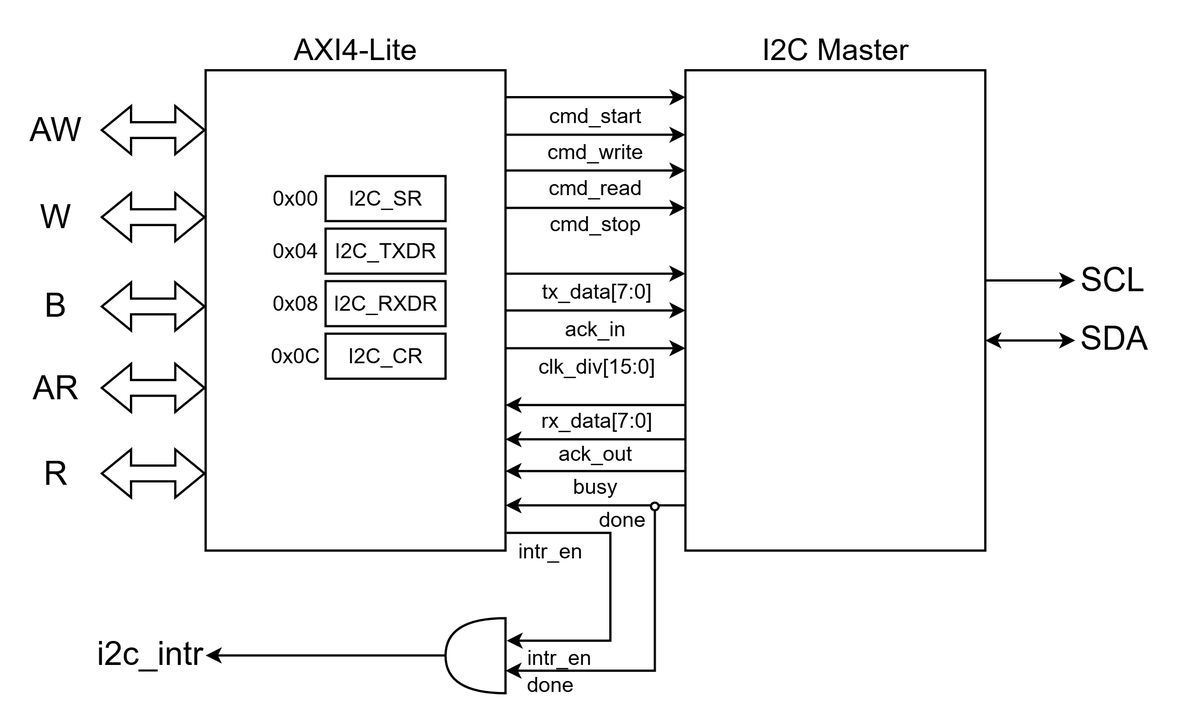
The draw.io diagram images/axi_i2c_bd.png in taeseong-dev/axi4-lite-custom-peripherals, before a commit. Source tidied: cells renumbered, new cells last; positions are measured from the earlier drawing's top-left corner, leaving out a move shared by most shapes.
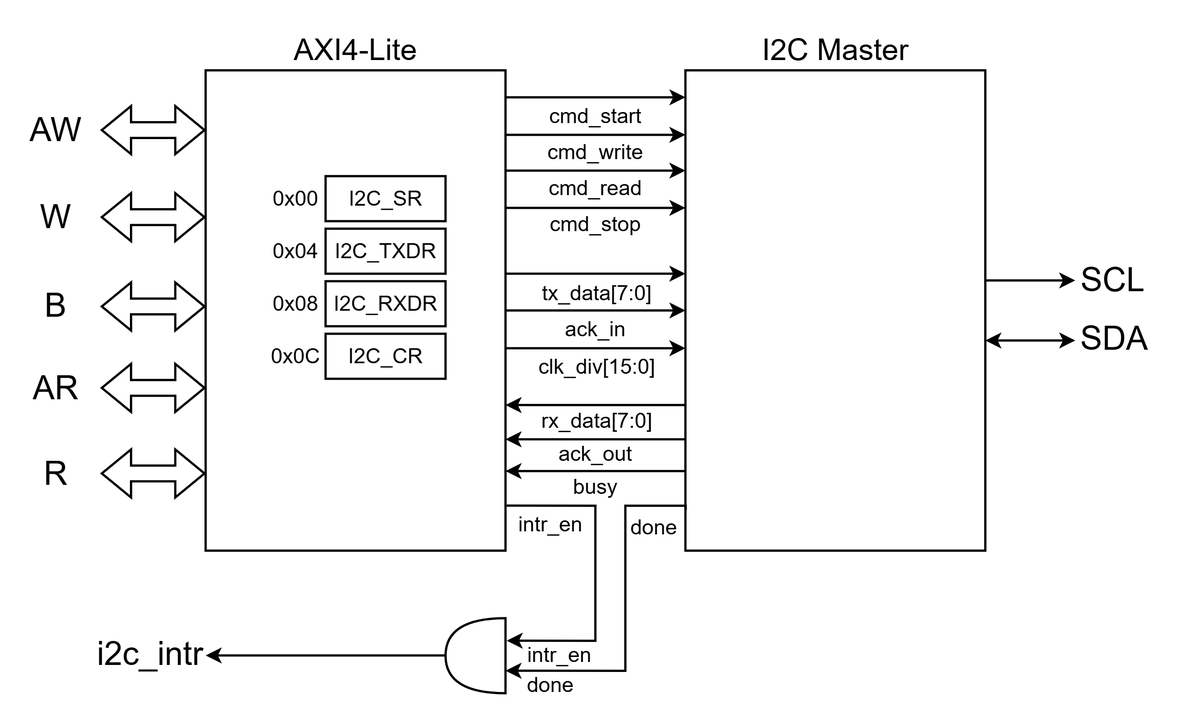
Above is the later version.

Change to the diagram source:
```diff
@@ -137,103 +137,98 @@
     <mxCell id="36" value="busy" style="text;html=1;whiteSpace=wrap;strokeColor=none;fillColor=none;align=center;verticalAlign=middle;rounded=0;strokeWidth=1.5;fontSize=14;" parent="1" vertex="1">
       <mxGeometry x="345" y="268" width="60" height="17.8" as="geometry" />
     </mxCell>
-    <mxCell id="37" style="endArrow=classic;html=1;rounded=0;strokeWidth=1.5;" parent="1" edge="1">
-      <mxGeometry relative="1" as="geometry">
-        <mxPoint x="435" y="289.8" as="sourcePoint" />
-        <mxPoint x="315" y="289.8" as="targetPoint" />
-      </mxGeometry>
+    <mxCell id="37" value="done" style="text;html=1;whiteSpace=wrap;strokeColor=none;fillColor=none;align=center;verticalAlign=middle;rounded=0;strokeWidth=1.5;fontSize=14;" parent="1" vertex="1">
+      <mxGeometry x="384" y="295.2" width="60" height="17.8" as="geometry" />
     </mxCell>
-    <mxCell id="38" value="done" style="text;html=1;whiteSpace=wrap;strokeColor=none;fillColor=none;align=center;verticalAlign=middle;rounded=0;strokeWidth=1.5;fontSize=14;" parent="1" vertex="1">
-      <mxGeometry x="363" y="290.2" width="60" height="17.8" as="geometry" />
+    <mxCell id="38" style="endArrow=classic;html=1;rounded=0;edgeStyle=orthogonalEdgeStyle;exitX=0.001;exitY=0.915;exitDx=0;exitDy=0;strokeWidth=1.5;exitPerimeter=0;" parent="1" edge="1" source="8">
+      <mxGeometry relative="1" as="geometry">
+        <mxPoint x="315" y="400" as="targetPoint" />
+        <Array as="points">
+          <mxPoint x="435.2" y="290" />
+          <mxPoint x="395" y="290" />
+          <mxPoint x="395" y="400" />
+        </Array>
+      </mxGeometry>
     </mxCell>
-    <mxCell id="39" style="endArrow=classic;html=1;rounded=0;edgeStyle=orthogonalEdgeStyle;exitX=0.5;exitY=1;exitDx=0;exitDy=0;strokeWidth=1.5;" parent="1" edge="1" source="40">
+    <mxCell id="39" style="endArrow=classic;html=1;rounded=0;edgeStyle=orthogonalEdgeStyle;strokeWidth=1.5;" parent="1" edge="1">
       <mxGeometry relative="1" as="geometry">
-        <mxPoint x="315" y="400" as="targetPoint" />
+        <mxPoint x="315.8" y="290" as="sourcePoint" />
+        <mxPoint x="315.8" y="380" as="targetPoint" />
         <Array as="points">
-          <mxPoint x="414.6" y="400" />
+          <mxPoint x="315.8" y="290" />
+          <mxPoint x="375" y="290" />
+          <mxPoint x="375" y="380" />
         </Array>
       </mxGeometry>
     </mxCell>
-    <mxCell id="40" style="ellipse;whiteSpace=wrap;html=1;shapeInside=1;strokeWidth=1.5;" parent="1" vertex="1">
-      <mxGeometry x="412" y="288" width="5.2" height="5.2" as="geometry" />
+    <mxCell id="40" style="shape=or;whiteSpace=wrap;html=1;shapeInside=1;direction=west;strokeWidth=1.5;" parent="1" vertex="1">
+      <mxGeometry x="275" y="365" width="40" height="50" as="geometry" />
     </mxCell>
-    <mxCell id="41" style="endArrow=classic;html=1;rounded=0;edgeStyle=orthogonalEdgeStyle;exitX=1.004;exitY=0.963;exitDx=0;exitDy=0;exitPerimeter=0;strokeWidth=1.5;" parent="1" edge="1" source="2">
+    <mxCell id="41" style="endArrow=classic;html=1;rounded=0;strokeWidth=1.5;" parent="1" edge="1">
       <mxGeometry relative="1" as="geometry">
-        <mxPoint x="315.8" y="380" as="targetPoint" />
-        <Array as="points">
-          <mxPoint x="385" y="308.2" />
-          <mxPoint x="385" y="380" />
-        </Array>
+        <mxPoint x="275" y="389.8" as="sourcePoint" />
+        <mxPoint x="115" y="389.8" as="targetPoint" />
       </mxGeometry>
     </mxCell>
-    <mxCell id="42" style="shape=or;whiteSpace=wrap;html=1;shapeInside=1;direction=west;strokeWidth=1.5;" parent="1" vertex="1">
-      <mxGeometry x="275" y="365" width="40" height="50" as="geometry" />
+    <mxCell id="42" value="done" style="text;html=1;whiteSpace=wrap;strokeColor=none;fillColor=none;align=center;verticalAlign=middle;rounded=0;strokeWidth=1.5;fontSize=14;" parent="1" vertex="1">
+      <mxGeometry x="315" y="400" width="60" height="17.8" as="geometry" />
     </mxCell>
-    <mxCell id="43" style="endArrow=classic;html=1;rounded=0;strokeWidth=1.5;" parent="1" edge="1">
-      <mxGeometry relative="1" as="geometry">
-        <mxPoint x="275" y="389.8" as="sourcePoint" />
-        <mxPoint x="115" y="389.8" as="targetPoint" />
-      </mxGeometry>
+    <mxCell id="43" value="intr_en" style="text;html=1;whiteSpace=wrap;strokeColor=none;fillColor=none;align=center;verticalAlign=middle;rounded=0;strokeWidth=1.5;fontSize=14;" parent="1" vertex="1">
+      <mxGeometry x="321" y="380.2" width="60" height="17.8" as="geometry" />
     </mxCell>
-    <mxCell id="44" value="done" style="text;html=1;whiteSpace=wrap;strokeColor=none;fillColor=none;align=center;verticalAlign=middle;rounded=0;strokeWidth=1.5;fontSize=14;" parent="1" vertex="1">
-      <mxGeometry x="315" y="400" width="60" height="17.8" as="geometry" />
+    <mxCell id="44" style="shape=flexArrow;endArrow=classic;startArrow=classic;html=1;rounded=0;strokeWidth=1.5;" parent="1" edge="1">
+      <mxGeometry relative="1" as="geometry">
+        <mxPoint x="45" y="268.6" as="sourcePoint" />
+        <mxPoint x="115" y="268.6" as="targetPoint" />
+      </mxGeometry>
     </mxCell>
-    <mxCell id="45" value="intr_en" style="text;html=1;whiteSpace=wrap;strokeColor=none;fillColor=none;align=center;verticalAlign=middle;rounded=0;strokeWidth=1.5;fontSize=14;" parent="1" vertex="1">
-      <mxGeometry x="321" y="382.2" width="60" height="17.8" as="geometry" />
+    <mxCell id="45" style="shape=flexArrow;endArrow=classic;startArrow=classic;html=1;rounded=0;strokeWidth=1.5;" parent="1" edge="1">
+      <mxGeometry relative="1" as="geometry">
+        <mxPoint x="45" y="211.6" as="sourcePoint" />
+        <mxPoint x="115" y="211.6" as="targetPoint" />
+      </mxGeometry>
     </mxCell>
     <mxCell id="46" style="shape=flexArrow;endArrow=classic;startArrow=classic;html=1;rounded=0;strokeWidth=1.5;" parent="1" edge="1">
       <mxGeometry relative="1" as="geometry">
-        <mxPoint x="45" y="268.6" as="sourcePoint" />
-        <mxPoint x="115" y="268.6" as="targetPoint" />
+        <mxPoint x="45" y="157.3" as="sourcePoint" />
+        <mxPoint x="115" y="157.3" as="targetPoint" />
       </mxGeometry>
     </mxCell>
     <mxCell id="47" style="shape=flexArrow;endArrow=classic;startArrow=classic;html=1;rounded=0;strokeWidth=1.5;" parent="1" edge="1">
       <mxGeometry relative="1" as="geometry">
-        <mxPoint x="45" y="211.6" as="sourcePoint" />
-        <mxPoint x="115" y="211.6" as="targetPoint" />
+        <mxPoint x="45" y="97.8" as="sourcePoint" />
+        <mxPoint x="115" y="97.8" as="targetPoint" />
       </mxGeometry>
     </mxCell>
     <mxCell id="48" style="shape=flexArrow;endArrow=classic;startArrow=classic;html=1;rounded=0;strokeWidth=1.5;" parent="1" edge="1">
       <mxGeometry relative="1" as="geometry">
-        <mxPoint x="45" y="157.3" as="sourcePoint" />
-        <mxPoint x="115" y="157.3" as="targetPoint" />
+        <mxPoint x="45" y="39.8" as="sourcePoint" />
+        <mxPoint x="115" y="39.8" as="targetPoint" />
       </mxGeometry>
     </mxCell>
-    <mxCell id="49" style="shape=flexArrow;endArrow=classic;startArrow=classic;html=1;rounded=0;strokeWidth=1.5;" parent="1" edge="1">
+    <mxCell id="49" style="endArrow=classic;html=1;rounded=0;strokeWidth=1.5;" parent="1" edge="1">
       <mxGeometry relative="1" as="geometry">
-        <mxPoint x="45" y="97.8" as="sourcePoint" />
-        <mxPoint x="115" y="97.8" as="targetPoint" />
+        <mxPoint x="635" y="140" as="sourcePoint" />
+        <mxPoint x="695" y="140" as="targetPoint" />
       </mxGeometry>
     </mxCell>
-    <mxCell id="50" style="shape=flexArrow;endArrow=classic;startArrow=classic;html=1;rounded=0;strokeWidth=1.5;" parent="1" edge="1">
-      <mxGeometry relative="1" as="geometry">
-        <mxPoint x="45" y="39.8" as="sourcePoint" />
-        <mxPoint x="115" y="39.8" as="targetPoint" />
-      </mxGeometry>
+    <mxCell id="50" value="SCL" style="text;html=1;whiteSpace=wrap;strokeColor=none;fillColor=none;align=center;verticalAlign=middle;rounded=0;fontSize=22;strokeWidth=1.5;" parent="1" vertex="1">
+      <mxGeometry x="705" y="131" width="30" height="17.8" as="geometry" />
     </mxCell>
-    <mxCell id="51" style="endArrow=classic;html=1;rounded=0;strokeWidth=1.5;" parent="1" edge="1">
+    <mxCell id="51" style="endArrow=classic;html=1;rounded=0;startArrow=classic;startFill=1;strokeWidth=1.5;" parent="1" edge="1">
       <mxGeometry relative="1" as="geometry">
-        <mxPoint x="635" y="140" as="sourcePoint" />
-        <mxPoint x="695" y="140" as="targetPoint" />
+        <mxPoint x="635" y="180" as="sourcePoint" />
+        <mxPoint x="695" y="180" as="targetPoint" />
       </mxGeometry>
     </mxCell>
-    <mxCell id="52" value="SCL" style="text;html=1;whiteSpace=wrap;strokeColor=none;fillColor=none;align=center;verticalAlign=middle;rounded=0;fontSize=22;strokeWidth=1.5;" parent="1" vertex="1">
-      <mxGeometry x="705" y="131" width="30" height="17.8" as="geometry" />
+    <mxCell id="52" value="SDA" style="text;html=1;whiteSpace=wrap;strokeColor=none;fillColor=none;align=center;verticalAlign=middle;rounded=0;fontSize=22;strokeWidth=1.5;" parent="1" vertex="1">
+      <mxGeometry x="706" y="170.5" width="30" height="17.8" as="geometry" />
     </mxCell>
-    <mxCell id="53" style="endArrow=classic;html=1;rounded=0;startArrow=classic;startFill=1;strokeWidth=1.5;" parent="1" edge="1">
-      <mxGeometry relative="1" as="geometry">
-        <mxPoint x="635" y="180" as="sourcePoint" />
-        <mxPoint x="695" y="180" as="targetPoint" />
-      </mxGeometry>
+    <mxCell id="53" value="i2c_intr" style="text;html=1;whiteSpace=wrap;strokeColor=none;fillColor=none;align=center;verticalAlign=middle;rounded=0;fontSize=22;strokeWidth=1.5;" parent="1" vertex="1">
+      <mxGeometry x="48" y="380.1" width="60" height="17.8" as="geometry" />
     </mxCell>
-    <mxCell id="54" value="SDA" style="text;html=1;whiteSpace=wrap;strokeColor=none;fillColor=none;align=center;verticalAlign=middle;rounded=0;fontSize=22;strokeWidth=1.5;" parent="1" vertex="1">
-      <mxGeometry x="706" y="170.5" width="30" height="17.8" as="geometry" />
+    <mxCell id="54" value="intr_en" style="text;html=1;whiteSpace=wrap;strokeColor=none;fillColor=none;align=center;verticalAlign=middle;rounded=0;strokeWidth=1.5;fontSize=14;" parent="1" vertex="1">
+      <mxGeometry x="315" y="293" width="60" height="17.8" as="geometry" />
     </mxCell>
-    <mxCell id="55" value="i2c_intr" style="text;html=1;whiteSpace=wrap;strokeColor=none;fillColor=none;align=center;verticalAlign=middle;rounded=0;fontSize=22;strokeWidth=1.5;" parent="1" vertex="1">
-      <mxGeometry x="48" y="380.1" width="60" height="17.8" as="geometry" />
-    </mxCell>
-    <mxCell id="56" value="intr_en" style="text;html=1;whiteSpace=wrap;strokeColor=none;fillColor=none;align=center;verticalAlign=middle;rounded=0;strokeWidth=1.5;fontSize=14;" parent="1" vertex="1">
-      <mxGeometry x="315" y="311" width="60" height="17.8" as="geometry" />
-    </mxCell>
   </root>
 </mxGraphModel>
```
